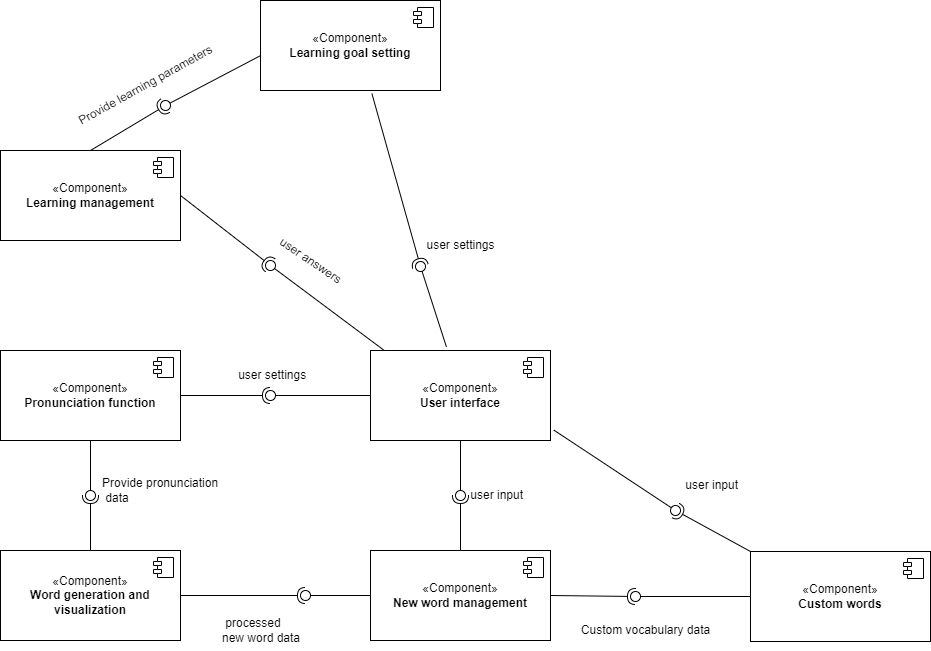
xiangxiang3451/blog_pictures keeps this draw.io diagram as component.drawio.png. Above is the earlier version. Source tidied: cells renumbered, new cells last; positions are measured from the earlier drawing's top-left corner, leaving out a move shared by most shapes.
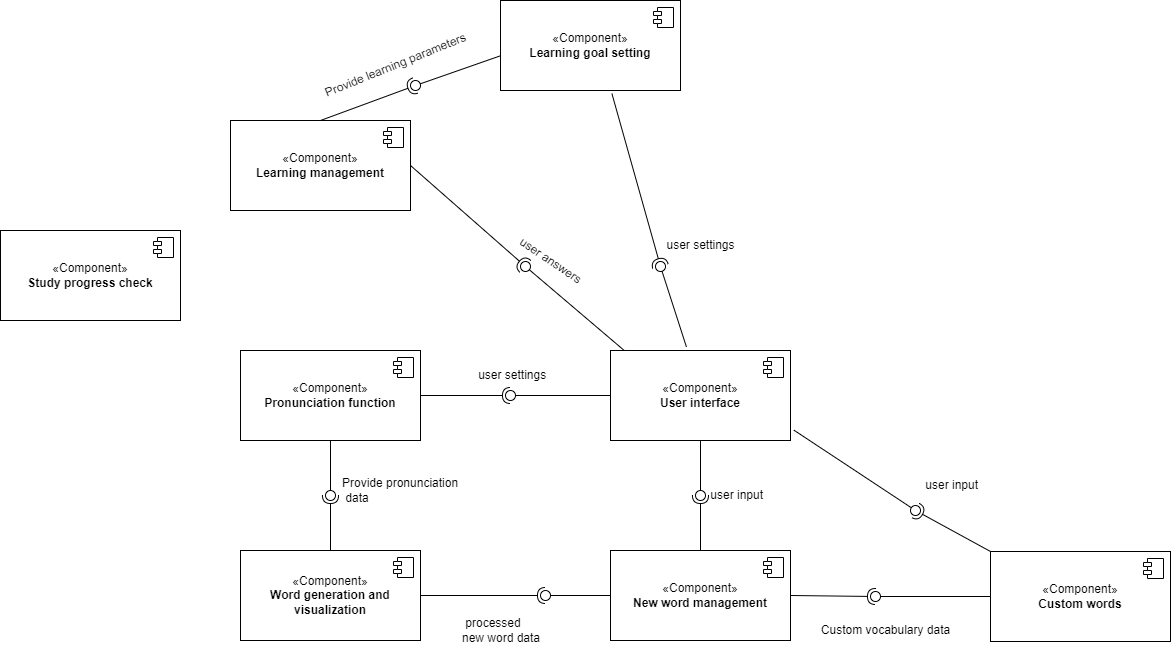
The same diagram one commit later.

The edit, as a diff of the source:
```diff
@@ -115,7 +115,7 @@
       <mxGeometry x="100" y="470" width="140" height="40" as="geometry" />
     </mxCell>
     <mxCell id="36" value="«Component»&lt;br&gt;&lt;b&gt;Learning management&lt;/b&gt;" style="html=1;whiteSpace=wrap;" parent="1" vertex="1">
-      <mxGeometry y="150" width="180" height="90" as="geometry" />
+      <mxGeometry x="-10" y="120" width="180" height="90" as="geometry" />
     </mxCell>
     <mxCell id="37" style="shape=module;jettyWidth=8;jettyHeight=4;" parent="36" vertex="1">
       <mxGeometry x="1" width="20" height="20" relative="1" as="geometry">
@@ -129,7 +129,7 @@
       <mxGeometry relative="1" as="geometry" />
     </mxCell>
     <mxCell id="40" style="ellipse;whiteSpace=wrap;html=1;align=center;fillColor=none;strokeColor=none;perimeter=centerPerimeter;points=[];outlineConnect=1;" parent="1" vertex="1">
-      <mxGeometry x="265" y="260" width="10" height="10" as="geometry" />
+      <mxGeometry x="280" y="261" width="10" height="10" as="geometry" />
     </mxCell>
     <mxCell id="41" value="user answers" style="text;html=1;align=center;verticalAlign=middle;strokeColor=none;fillColor=none;spacingBottom=-1;rotation=34;" parent="1" vertex="1">
       <mxGeometry x="265" y="250" width="90" height="20" as="geometry" />
@@ -149,10 +149,10 @@
       <mxGeometry relative="1" as="geometry" />
     </mxCell>
     <mxCell id="46" style="ellipse;whiteSpace=wrap;html=1;align=center;fillColor=none;strokeColor=none;perimeter=centerPerimeter;points=[];outlineConnect=1;" parent="1" vertex="1">
-      <mxGeometry x="160" y="100" width="10" height="10" as="geometry" />
+      <mxGeometry x="170" y="80" width="10" height="10" as="geometry" />
     </mxCell>
-    <mxCell id="47" value="Provide learning parameters" style="text;html=1;align=center;verticalAlign=middle;strokeColor=none;fillColor=none;rotation=331;" parent="1" vertex="1">
-      <mxGeometry x="60" y="70" width="170" height="30" as="geometry" />
+    <mxCell id="47" value="Provide learning parameters" style="text;html=1;align=center;verticalAlign=middle;strokeColor=none;fillColor=none;rotation=338;" parent="1" vertex="1">
+      <mxGeometry x="70" y="50" width="170" height="30" as="geometry" />
     </mxCell>
     <mxCell id="48" style="rounded=0;jettySize=auto;html=1;endArrow=halfCircle;endFill=0;endSize=6;strokeWidth=1;sketch=0;exitX=0.619;exitY=1.035;exitDx=0;exitDy=0;exitPerimeter=0;" parent="1" edge="1" source="42" target="50">
       <mxGeometry relative="1" as="geometry" />
@@ -166,5 +166,13 @@
     <mxCell id="51" value="user settings" style="text;html=1;align=center;verticalAlign=middle;strokeColor=none;fillColor=none;" parent="1" vertex="1">
       <mxGeometry x="415" y="230" width="90" height="30" as="geometry" />
     </mxCell>
+    <mxCell id="52" value="«Component»&lt;br&gt;&lt;b&gt;Study progress check&lt;/b&gt;" style="html=1;whiteSpace=wrap;" parent="1" vertex="1">
+      <mxGeometry x="-240" y="230" width="180" height="90" as="geometry" />
+    </mxCell>
+    <mxCell id="53" style="shape=module;jettyWidth=8;jettyHeight=4;" parent="52" vertex="1">
+      <mxGeometry x="1" width="20" height="20" relative="1" as="geometry">
+        <mxPoint x="-27" y="7" as="offset" />
+      </mxGeometry>
+    </mxCell>
   </root>
 </mxGraphModel>
```
